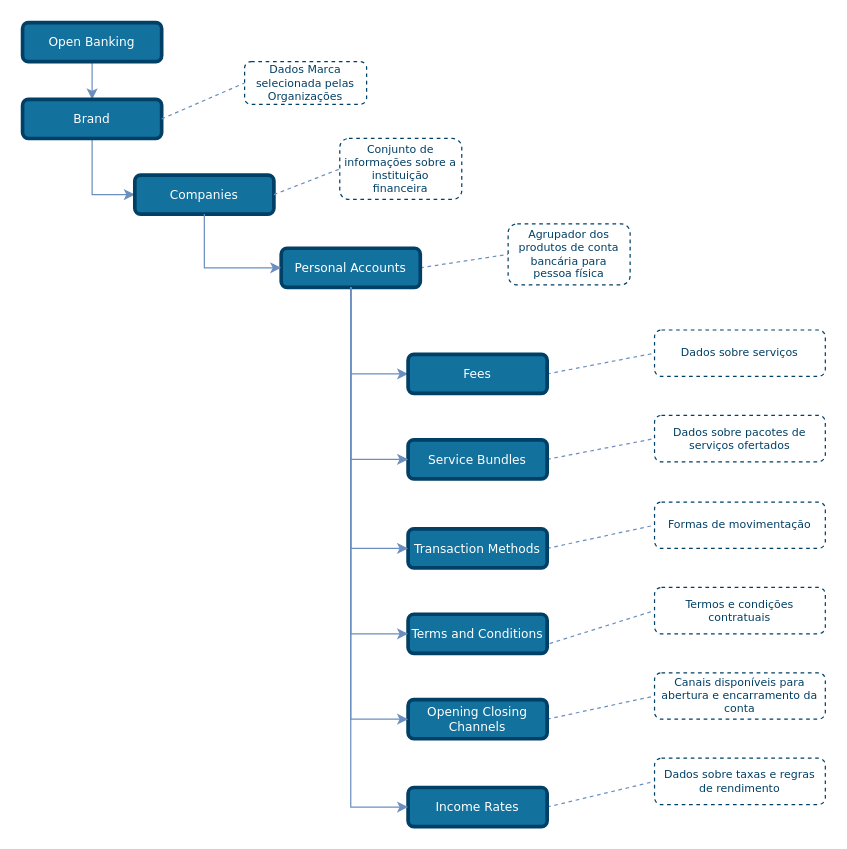
OpenBanking-Brasil/areadesenvolvedor keeps this draw.io diagram as draw_io_diagrams/TLD_Personal_Accounts_v1.drawio. Above is the earlier version. Source tidied: cells renumbered, new cells numbered last; positions are measured from the earlier drawing's top-left corner, leaving out a move shared by most shapes. Both pictures are drawn from the tidied source at 122%, with x=0, y=0 at pixel (22, 22).
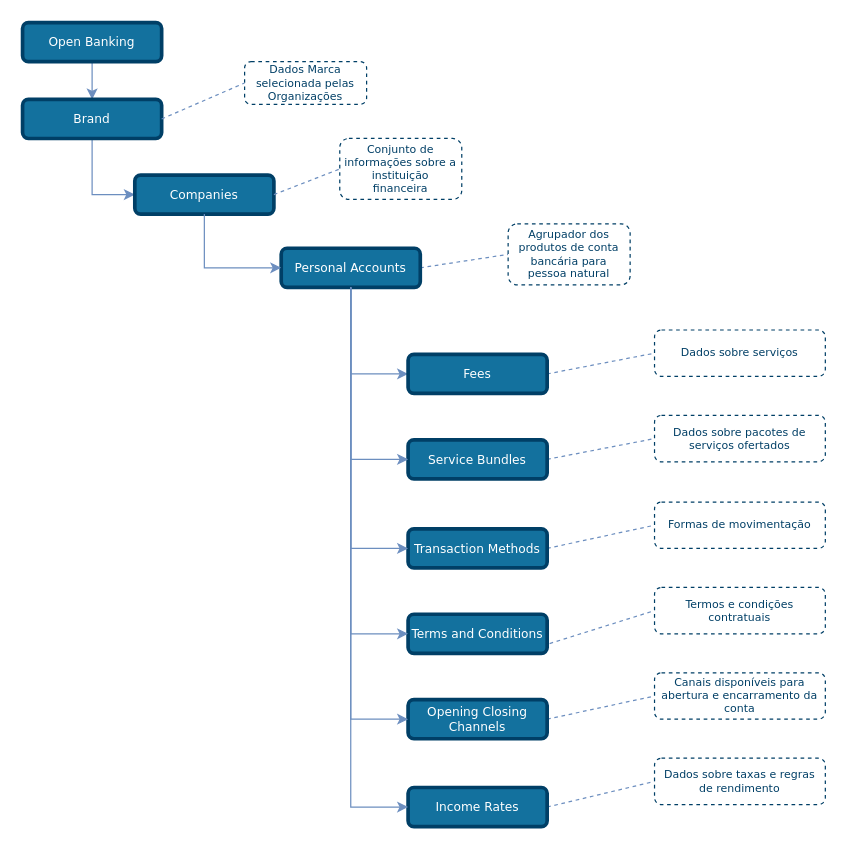
The same diagram, later.

Commit message (it also covers changes not shown here):
alteração diagramas e fotos PN em produtos e serv

What changed in the source:
```diff
@@
-    <mxCell id="13" value="&lt;font style=&quot;font-size: 9px&quot;&gt;Agrupador dos produtos de conta bancária para pessoa física&lt;/font&gt;" style="rounded=1;whiteSpace=wrap;html=1;shadow=0;comic=0;strokeColor=#003F66;strokeWidth=1;fillColor=#ffffff;fontFamily=Verdana;fontSize=9;fontColor=#003F66;dashed=1;spacingLeft=5;spacing=0;spacingRight=5;spacingBottom=5;spacingTop=5;align=center;verticalAlign=middle;gradientColor=#ffffff;" parent="1" vertex="1">
+    <mxCell id="13" value="&lt;font style=&quot;font-size: 9px&quot;&gt;Agrupador dos produtos de conta bancária para pessoa natural&lt;/font&gt;" style="rounded=1;whiteSpace=wrap;html=1;shadow=0;comic=0;strokeColor=#003F66;strokeWidth=1;fillColor=#ffffff;fontFamily=Verdana;fontSize=9;fontColor=#003F66;dashed=1;spacingLeft=5;spacing=0;spacingRight=5;spacingBottom=5;spacingTop=5;align=center;verticalAlign=middle;gradientColor=#ffffff;" parent="1" vertex="1">
       <mxGeometry x="398" y="165" width="100" height="50" as="geometry" />
     </mxCell>
```
